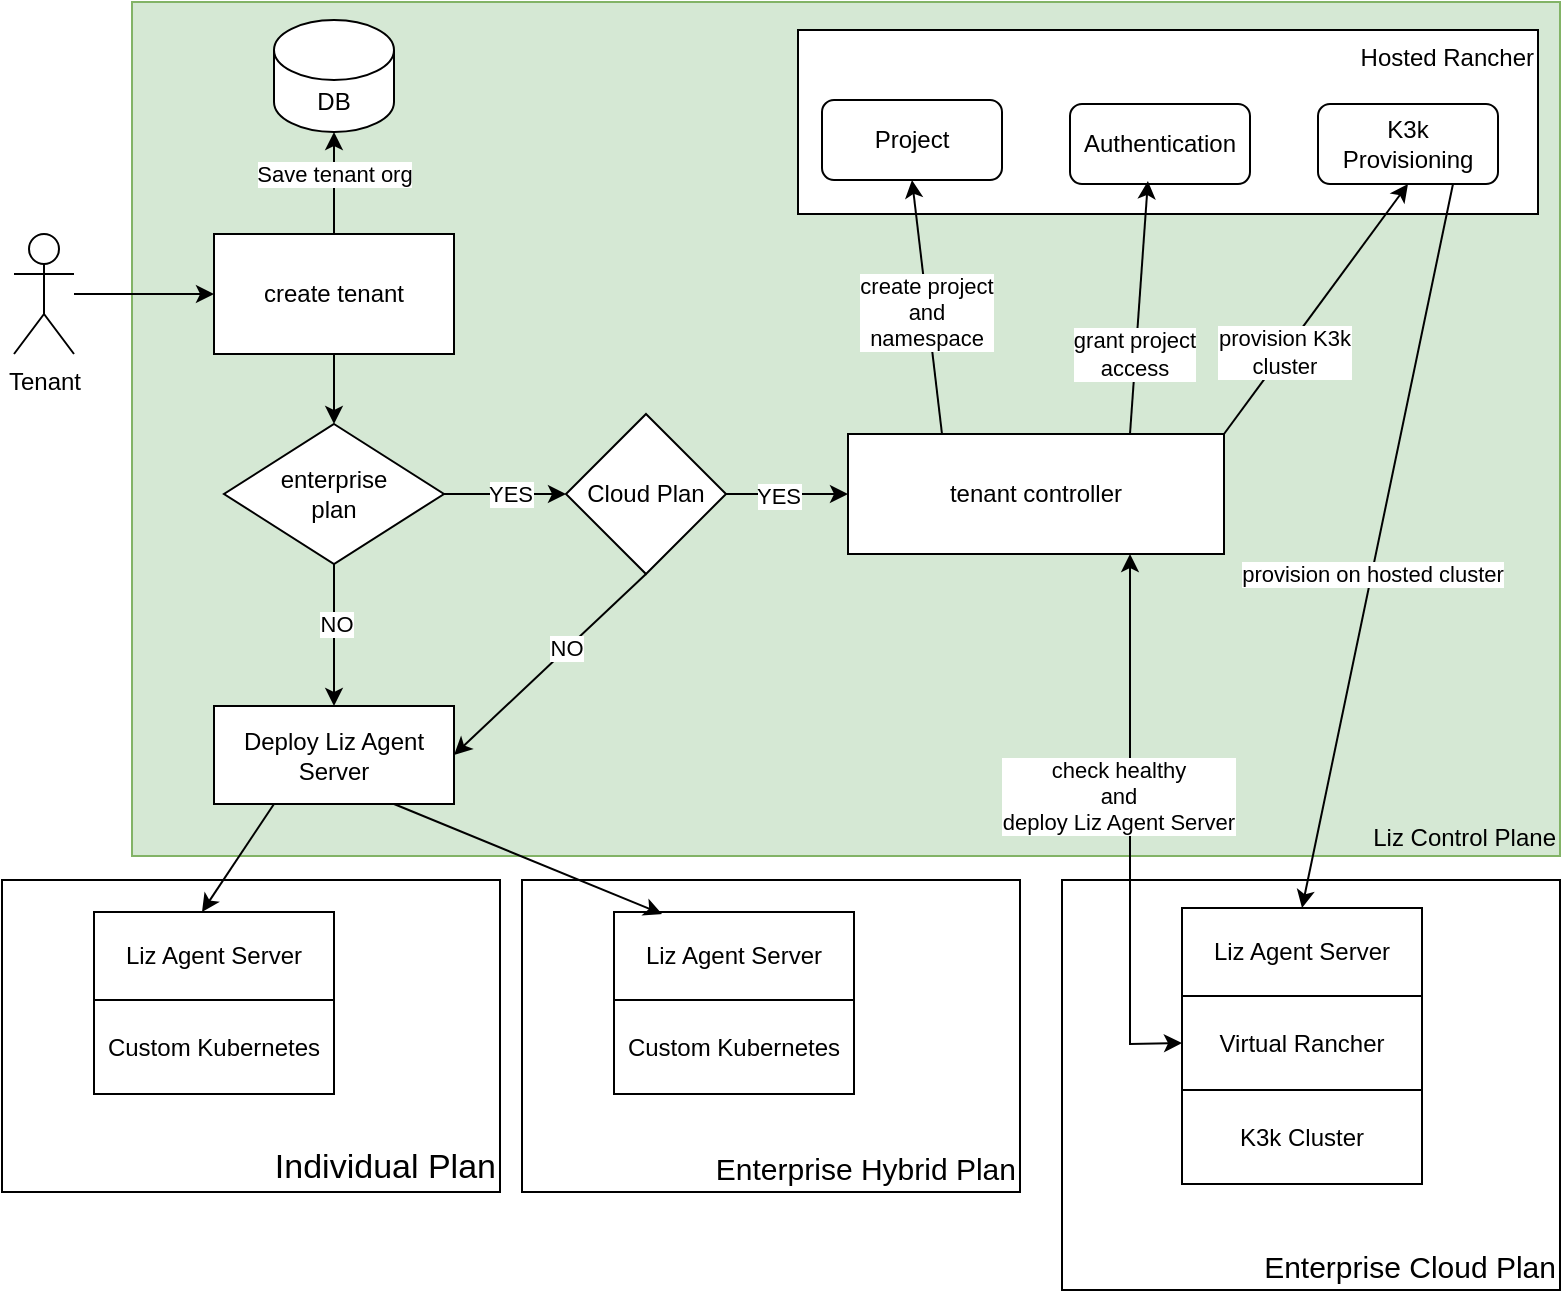
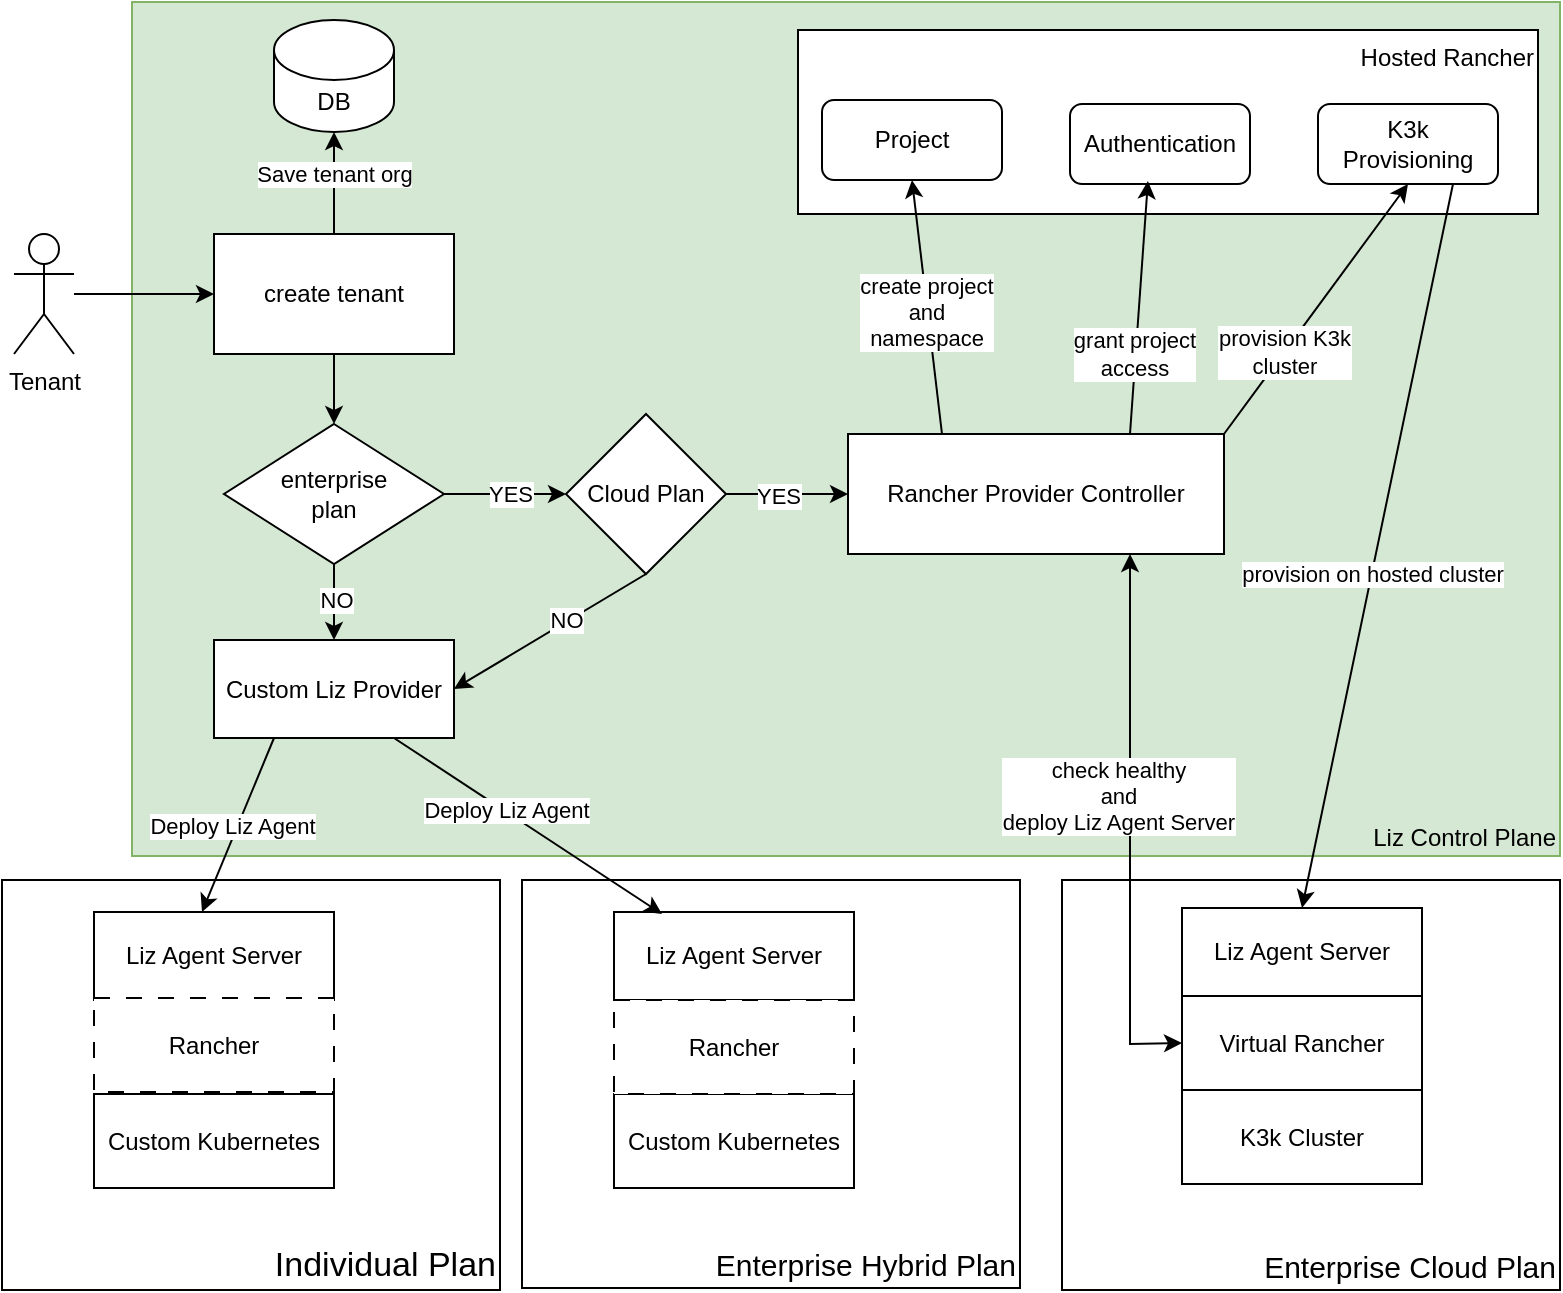
<mxfile host="app.diagrams.net">
  <diagram name="第 1 页" id="L-sD2WPmEqHrs-nHEADV">
    <mxGraphModel dx="1222" dy="745" grid="0" gridSize="10" guides="1" tooltips="1" connect="1" arrows="1" fold="1" page="1" pageScale="1" pageWidth="827" pageHeight="1169" math="0" shadow="0">
      <root>
        <mxCell id="0" />
        <mxCell id="1" parent="0" />
        <mxCell id="s9PzU-UQ4cBH2LS_8AfC-22" parent="1" style="rounded=0;whiteSpace=wrap;html=1;verticalAlign=bottom;align=right;fontSize=17;" value="Individual Plan" vertex="1">
-           <mxGeometry height="156" width="249" x="23" y="573" as="geometry" />
+           <mxGeometry height="205" width="249" x="23" y="573" as="geometry" />
        </mxCell>
        <mxCell id="s9PzU-UQ4cBH2LS_8AfC-20" parent="1" style="rounded=0;whiteSpace=wrap;html=1;verticalAlign=bottom;align=right;fontSize=15;" value="Enterprise Cloud Plan" vertex="1">
          <mxGeometry height="205" width="249" x="553" y="573" as="geometry" />
        </mxCell>
        <mxCell id="s9PzU-UQ4cBH2LS_8AfC-17" parent="1" style="rounded=0;whiteSpace=wrap;html=1;verticalAlign=bottom;align=right;labelBackgroundColor=none;labelBorderColor=none;fillColor=#d5e8d4;strokeColor=#82b366;" value="Liz Control Plane" vertex="1">
          <mxGeometry height="427" width="714" x="88" y="134" as="geometry" />
        </mxCell>
        <mxCell id="RmhtLynf-h64byK3Bh4Q-11" edge="1" parent="1" source="RmhtLynf-h64byK3Bh4Q-1" style="edgeStyle=orthogonalEdgeStyle;rounded=0;orthogonalLoop=1;jettySize=auto;html=1;" target="RmhtLynf-h64byK3Bh4Q-5" value="">
          <mxGeometry relative="1" as="geometry" />
        </mxCell>
        <mxCell id="RmhtLynf-h64byK3Bh4Q-1" parent="1" style="shape=umlActor;verticalLabelPosition=bottom;verticalAlign=top;html=1;outlineConnect=0;" value="Tenant" vertex="1">
          <mxGeometry height="60" width="30" x="29" y="250" as="geometry" />
        </mxCell>
        <mxCell id="RmhtLynf-h64byK3Bh4Q-21" edge="1" parent="1" source="RmhtLynf-h64byK3Bh4Q-5" style="edgeStyle=orthogonalEdgeStyle;rounded=0;orthogonalLoop=1;jettySize=auto;html=1;" target="RmhtLynf-h64byK3Bh4Q-20" value="">
          <mxGeometry relative="1" as="geometry" />
        </mxCell>
        <mxCell id="RmhtLynf-h64byK3Bh4Q-5" parent="1" style="rounded=0;whiteSpace=wrap;html=1;" value="create tenant" vertex="1">
          <mxGeometry height="60" width="120" x="129" y="250" as="geometry" />
        </mxCell>
        <mxCell id="RmhtLynf-h64byK3Bh4Q-6" parent="1" style="shape=cylinder3;whiteSpace=wrap;html=1;boundedLbl=1;backgroundOutline=1;size=15;" value="DB" vertex="1">
          <mxGeometry height="56" width="60" x="159" y="143" as="geometry" />
        </mxCell>
        <mxCell id="RmhtLynf-h64byK3Bh4Q-7" parent="1" style="rounded=0;whiteSpace=wrap;html=1;verticalAlign=top;align=right;" value="Hosted Rancher" vertex="1">
          <mxGeometry height="92" width="370" x="421" y="148" as="geometry" />
        </mxCell>
        <mxCell id="RmhtLynf-h64byK3Bh4Q-8" parent="1" style="rounded=1;whiteSpace=wrap;html=1;" value="Project" vertex="1">
          <mxGeometry height="40" width="90" x="433" y="183" as="geometry" />
        </mxCell>
        <mxCell id="RmhtLynf-h64byK3Bh4Q-9" parent="1" style="rounded=1;whiteSpace=wrap;html=1;" value="Authentication" vertex="1">
          <mxGeometry height="40" width="90" x="557" y="185" as="geometry" />
        </mxCell>
        <mxCell id="RmhtLynf-h64byK3Bh4Q-10" parent="1" style="rounded=1;whiteSpace=wrap;html=1;" value="K3k Provisioning" vertex="1">
          <mxGeometry height="40" width="90" x="681" y="185" as="geometry" />
        </mxCell>
        <mxCell id="RmhtLynf-h64byK3Bh4Q-12" edge="1" parent="1" source="RmhtLynf-h64byK3Bh4Q-5" style="endArrow=classic;html=1;rounded=0;exitX=0.5;exitY=0;exitDx=0;exitDy=0;entryX=0.5;entryY=1;entryDx=0;entryDy=0;entryPerimeter=0;" target="RmhtLynf-h64byK3Bh4Q-6" value="">
          <mxGeometry height="50" relative="1" width="50" as="geometry">
            <mxPoint x="229" y="230" as="sourcePoint" />
            <mxPoint x="189" y="160" as="targetPoint" />
          </mxGeometry>
        </mxCell>
        <mxCell id="RmhtLynf-h64byK3Bh4Q-13" connectable="0" parent="RmhtLynf-h64byK3Bh4Q-12" style="edgeLabel;html=1;align=center;verticalAlign=middle;resizable=0;points=[];" value="Save tenant org" vertex="1">
          <mxGeometry relative="1" x="-0.3448" as="geometry">
            <mxPoint y="-14" as="offset" />
          </mxGeometry>
        </mxCell>
        <mxCell id="RmhtLynf-h64byK3Bh4Q-28" edge="1" parent="1" source="RmhtLynf-h64byK3Bh4Q-20" style="edgeStyle=orthogonalEdgeStyle;rounded=0;orthogonalLoop=1;jettySize=auto;html=1;" target="RmhtLynf-h64byK3Bh4Q-27" value="">
          <mxGeometry relative="1" as="geometry" />
        </mxCell>
        <mxCell id="RmhtLynf-h64byK3Bh4Q-29" connectable="0" parent="RmhtLynf-h64byK3Bh4Q-28" style="edgeLabel;html=1;align=center;verticalAlign=middle;resizable=0;points=[];" value="NO" vertex="1">
          <mxGeometry relative="1" x="-0.1692" y="1" as="geometry">
            <mxPoint as="offset" />
          </mxGeometry>
        </mxCell>
        <mxCell id="s9PzU-UQ4cBH2LS_8AfC-27" edge="1" parent="1" source="RmhtLynf-h64byK3Bh4Q-20" style="edgeStyle=orthogonalEdgeStyle;rounded=0;orthogonalLoop=1;jettySize=auto;html=1;" target="s9PzU-UQ4cBH2LS_8AfC-26" value="">
          <mxGeometry relative="1" as="geometry" />
        </mxCell>
        <mxCell id="s9PzU-UQ4cBH2LS_8AfC-28" connectable="0" parent="s9PzU-UQ4cBH2LS_8AfC-27" style="edgeLabel;html=1;align=center;verticalAlign=middle;resizable=0;points=[];" value="YES" vertex="1">
          <mxGeometry relative="1" x="0.082" y="1" as="geometry">
            <mxPoint y="1" as="offset" />
          </mxGeometry>
        </mxCell>
        <mxCell id="RmhtLynf-h64byK3Bh4Q-20" parent="1" style="rhombus;whiteSpace=wrap;html=1;" value="enterprise&lt;div&gt;plan&lt;/div&gt;" vertex="1">
          <mxGeometry height="70" width="110" x="134" y="345" as="geometry" />
        </mxCell>
        <mxCell id="RmhtLynf-h64byK3Bh4Q-24" parent="1" style="rounded=0;whiteSpace=wrap;html=1;verticalAlign=middle;align=center;" value="Virtual Rancher" vertex="1">
          <mxGeometry height="47" width="120" x="613" y="631" as="geometry" />
        </mxCell>
-         <mxCell id="RmhtLynf-h64byK3Bh4Q-27" parent="1" style="rounded=0;whiteSpace=wrap;html=1;" value="Deploy Liz Agent Server" vertex="1">
-           <mxGeometry height="49" width="120" x="129" y="486" as="geometry" />
-         </mxCell>
-         <mxCell id="s9PzU-UQ4cBH2LS_8AfC-1" parent="1" style="rounded=0;whiteSpace=wrap;html=1;" value="tenant controller" vertex="1">
+         <mxCell id="RmhtLynf-h64byK3Bh4Q-27" parent="1" style="rounded=0;whiteSpace=wrap;html=1;" value="Custom Liz Provider" vertex="1">
+           <mxGeometry height="49" width="120" x="129" y="453" as="geometry" />
+         </mxCell>
+         <mxCell id="s9PzU-UQ4cBH2LS_8AfC-1" parent="1" style="rounded=0;whiteSpace=wrap;html=1;" value="Rancher Provider Controller" vertex="1">
          <mxGeometry height="60" width="188" x="446" y="350" as="geometry" />
        </mxCell>
        <mxCell id="s9PzU-UQ4cBH2LS_8AfC-4" edge="1" parent="1" source="s9PzU-UQ4cBH2LS_8AfC-1" style="endArrow=classic;html=1;rounded=0;exitX=0.25;exitY=0;exitDx=0;exitDy=0;entryX=0.5;entryY=1;entryDx=0;entryDy=0;" target="RmhtLynf-h64byK3Bh4Q-8" value="">
          <mxGeometry height="50" relative="1" width="50" as="geometry">
            <mxPoint x="343" y="334" as="sourcePoint" />
            <mxPoint x="393" y="284" as="targetPoint" />
          </mxGeometry>
        </mxCell>
        <mxCell id="s9PzU-UQ4cBH2LS_8AfC-5" connectable="0" parent="s9PzU-UQ4cBH2LS_8AfC-4" style="edgeLabel;html=1;align=center;verticalAlign=middle;resizable=0;points=[];" value="create project&lt;div&gt;and&lt;/div&gt;&lt;div&gt;namespace&lt;/div&gt;" vertex="1">
          <mxGeometry relative="1" x="-0.0292" y="1" as="geometry">
            <mxPoint as="offset" />
          </mxGeometry>
        </mxCell>
        <mxCell id="s9PzU-UQ4cBH2LS_8AfC-6" edge="1" parent="1" source="s9PzU-UQ4cBH2LS_8AfC-1" style="endArrow=classic;html=1;rounded=0;exitX=0.75;exitY=0;exitDx=0;exitDy=0;entryX=0.433;entryY=0.963;entryDx=0;entryDy=0;entryPerimeter=0;" target="RmhtLynf-h64byK3Bh4Q-9" value="">
          <mxGeometry height="50" relative="1" width="50" as="geometry">
            <mxPoint x="444" y="339" as="sourcePoint" />
            <mxPoint x="494" y="289" as="targetPoint" />
          </mxGeometry>
        </mxCell>
        <mxCell id="s9PzU-UQ4cBH2LS_8AfC-7" connectable="0" parent="s9PzU-UQ4cBH2LS_8AfC-6" style="edgeLabel;html=1;align=center;verticalAlign=middle;resizable=0;points=[];" value="grant project&lt;div&gt;access&lt;/div&gt;" vertex="1">
          <mxGeometry relative="1" x="-0.3697" y="1" as="geometry">
            <mxPoint as="offset" />
          </mxGeometry>
        </mxCell>
        <mxCell id="s9PzU-UQ4cBH2LS_8AfC-8" edge="1" parent="1" source="s9PzU-UQ4cBH2LS_8AfC-1" style="endArrow=classic;html=1;rounded=0;exitX=1;exitY=0;exitDx=0;exitDy=0;entryX=0.5;entryY=1;entryDx=0;entryDy=0;" target="RmhtLynf-h64byK3Bh4Q-10" value="">
          <mxGeometry height="50" relative="1" width="50" as="geometry">
            <mxPoint x="524" y="364" as="sourcePoint" />
            <mxPoint x="574" y="314" as="targetPoint" />
          </mxGeometry>
        </mxCell>
        <mxCell id="s9PzU-UQ4cBH2LS_8AfC-9" connectable="0" parent="s9PzU-UQ4cBH2LS_8AfC-8" style="edgeLabel;html=1;align=center;verticalAlign=middle;resizable=0;points=[];" value="provision K3k&lt;div&gt;cluster&lt;/div&gt;" vertex="1">
          <mxGeometry relative="1" x="-0.3336" y="1" as="geometry">
            <mxPoint y="1" as="offset" />
          </mxGeometry>
        </mxCell>
        <mxCell id="s9PzU-UQ4cBH2LS_8AfC-10" parent="1" style="rounded=0;whiteSpace=wrap;html=1;" value="Liz Agent Server" vertex="1">
          <mxGeometry height="44" width="120" x="613" y="587" as="geometry" />
        </mxCell>
        <mxCell id="s9PzU-UQ4cBH2LS_8AfC-11" edge="1" parent="1" source="RmhtLynf-h64byK3Bh4Q-10" style="endArrow=classic;html=1;rounded=0;exitX=0.75;exitY=1;exitDx=0;exitDy=0;entryX=0.5;entryY=0;entryDx=0;entryDy=0;" target="s9PzU-UQ4cBH2LS_8AfC-10" value="">
          <mxGeometry height="50" relative="1" width="50" as="geometry">
            <mxPoint x="748" y="334" as="sourcePoint" />
            <mxPoint x="798" y="284" as="targetPoint" />
          </mxGeometry>
        </mxCell>
        <mxCell id="s9PzU-UQ4cBH2LS_8AfC-12" connectable="0" parent="s9PzU-UQ4cBH2LS_8AfC-11" style="edgeLabel;html=1;align=center;verticalAlign=middle;resizable=0;points=[];" value="provision on hosted cluster" vertex="1">
          <mxGeometry relative="1" x="0.0723" as="geometry">
            <mxPoint as="offset" />
          </mxGeometry>
        </mxCell>
        <mxCell id="s9PzU-UQ4cBH2LS_8AfC-13" edge="1" parent="1" source="s9PzU-UQ4cBH2LS_8AfC-1" style="endArrow=classic;startArrow=classic;html=1;rounded=0;exitX=0.75;exitY=1;exitDx=0;exitDy=0;entryX=0;entryY=0.5;entryDx=0;entryDy=0;" target="RmhtLynf-h64byK3Bh4Q-24" value="">
          <mxGeometry height="50" relative="1" width="50" as="geometry">
            <Array as="points">
              <mxPoint x="587" y="655" />
            </Array>
            <mxPoint x="539" y="484" as="sourcePoint" />
            <mxPoint x="666" y="420.5" as="targetPoint" />
          </mxGeometry>
        </mxCell>
        <mxCell id="s9PzU-UQ4cBH2LS_8AfC-14" connectable="0" parent="s9PzU-UQ4cBH2LS_8AfC-13" style="edgeLabel;html=1;align=center;verticalAlign=middle;resizable=0;points=[];" value="check&amp;nbsp;&lt;span style=&quot;background-color: light-dark(#ffffff, var(--ge-dark-color, #121212)); color: light-dark(rgb(0, 0, 0), rgb(255, 255, 255));&quot;&gt;healthy&lt;/span&gt;&lt;div&gt;&lt;span style=&quot;background-color: light-dark(#ffffff, var(--ge-dark-color, #121212)); color: light-dark(rgb(0, 0, 0), rgb(255, 255, 255));&quot;&gt;and&lt;/span&gt;&lt;/div&gt;&lt;div&gt;&lt;span style=&quot;background-color: light-dark(#ffffff, var(--ge-dark-color, #121212)); color: light-dark(rgb(0, 0, 0), rgb(255, 255, 255));&quot;&gt;deploy Liz Agent Server&lt;/span&gt;&lt;/div&gt;" vertex="1">
          <mxGeometry relative="1" x="-0.3333" as="geometry">
            <mxPoint x="-6" y="30" as="offset" />
          </mxGeometry>
        </mxCell>
        <mxCell id="s9PzU-UQ4cBH2LS_8AfC-18" parent="1" style="rounded=0;whiteSpace=wrap;html=1;verticalAlign=middle;align=center;" value="K3k Cluster" vertex="1">
          <mxGeometry height="47" width="120" x="613" y="678" as="geometry" />
        </mxCell>
        <mxCell id="s9PzU-UQ4cBH2LS_8AfC-19" parent="1" style="rounded=0;whiteSpace=wrap;html=1;" value="Liz Agent Server" vertex="1">
          <mxGeometry height="44" width="120" x="69" y="589" as="geometry" />
        </mxCell>
        <mxCell id="s9PzU-UQ4cBH2LS_8AfC-21" parent="1" style="rounded=0;whiteSpace=wrap;html=1;verticalAlign=middle;align=center;" value="Custom Kubernetes" vertex="1">
-           <mxGeometry height="47" width="120" x="69" y="633" as="geometry" />
+           <mxGeometry height="47" width="120" x="69" y="680" as="geometry" />
        </mxCell>
        <mxCell id="s9PzU-UQ4cBH2LS_8AfC-23" parent="1" style="rounded=0;whiteSpace=wrap;html=1;verticalAlign=bottom;align=right;fontSize=15;" value="Enterprise Hybrid Plan" vertex="1">
-           <mxGeometry height="156" width="249" x="283" y="573" as="geometry" />
+           <mxGeometry height="204" width="249" x="283" y="573" as="geometry" />
        </mxCell>
        <mxCell id="s9PzU-UQ4cBH2LS_8AfC-24" parent="1" style="rounded=0;whiteSpace=wrap;html=1;" value="Liz Agent Server" vertex="1">
          <mxGeometry height="44" width="120" x="329" y="589" as="geometry" />
        </mxCell>
        <mxCell id="s9PzU-UQ4cBH2LS_8AfC-25" parent="1" style="rounded=0;whiteSpace=wrap;html=1;verticalAlign=middle;align=center;" value="Custom Kubernetes" vertex="1">
-           <mxGeometry height="47" width="120" x="329" y="633" as="geometry" />
+           <mxGeometry height="47" width="120" x="329" y="680" as="geometry" />
        </mxCell>
        <mxCell id="s9PzU-UQ4cBH2LS_8AfC-29" edge="1" parent="1" source="s9PzU-UQ4cBH2LS_8AfC-26" style="edgeStyle=orthogonalEdgeStyle;rounded=0;orthogonalLoop=1;jettySize=auto;html=1;" target="s9PzU-UQ4cBH2LS_8AfC-1" value="">
          <mxGeometry relative="1" as="geometry" />
        </mxCell>
        <mxCell id="s9PzU-UQ4cBH2LS_8AfC-31" connectable="0" parent="s9PzU-UQ4cBH2LS_8AfC-29" style="edgeLabel;html=1;align=center;verticalAlign=middle;resizable=0;points=[];" value="YES" vertex="1">
          <mxGeometry relative="1" x="-0.1475" as="geometry">
            <mxPoint y="1" as="offset" />
          </mxGeometry>
        </mxCell>
        <mxCell id="s9PzU-UQ4cBH2LS_8AfC-26" parent="1" style="rhombus;whiteSpace=wrap;html=1;" value="Cloud Plan" vertex="1">
          <mxGeometry height="80" width="80" x="305" y="340" as="geometry" />
        </mxCell>
        <mxCell id="s9PzU-UQ4cBH2LS_8AfC-30" edge="1" parent="1" source="s9PzU-UQ4cBH2LS_8AfC-26" style="endArrow=classic;html=1;rounded=0;exitX=0.5;exitY=1;exitDx=0;exitDy=0;entryX=1;entryY=0.5;entryDx=0;entryDy=0;" target="RmhtLynf-h64byK3Bh4Q-27" value="">
          <mxGeometry height="50" relative="1" width="50" as="geometry">
            <mxPoint x="378" y="505" as="sourcePoint" />
            <mxPoint x="428" y="455" as="targetPoint" />
          </mxGeometry>
        </mxCell>
        <mxCell id="s9PzU-UQ4cBH2LS_8AfC-32" connectable="0" parent="s9PzU-UQ4cBH2LS_8AfC-30" style="edgeLabel;html=1;align=center;verticalAlign=middle;resizable=0;points=[];" value="NO" vertex="1">
          <mxGeometry relative="1" x="-0.1807" y="-1" as="geometry">
            <mxPoint as="offset" />
          </mxGeometry>
        </mxCell>
        <mxCell id="s9PzU-UQ4cBH2LS_8AfC-33" edge="1" parent="1" source="RmhtLynf-h64byK3Bh4Q-27" style="endArrow=classic;html=1;rounded=0;exitX=0.75;exitY=1;exitDx=0;exitDy=0;entryX=0.2;entryY=0.023;entryDx=0;entryDy=0;entryPerimeter=0;" target="s9PzU-UQ4cBH2LS_8AfC-24" value="">
          <mxGeometry height="50" relative="1" width="50" as="geometry">
            <mxPoint x="284" y="557" as="sourcePoint" />
            <mxPoint x="334" y="507" as="targetPoint" />
          </mxGeometry>
        </mxCell>
+         <mxCell id="s9PzU-UQ4cBH2LS_8AfC-36" connectable="0" parent="s9PzU-UQ4cBH2LS_8AfC-33" style="edgeLabel;html=1;align=center;verticalAlign=middle;resizable=0;points=[];" value="Deploy Liz Agent" vertex="1">
+           <mxGeometry relative="1" x="-0.1834" y="1" as="geometry">
+             <mxPoint y="1" as="offset" />
+           </mxGeometry>
+         </mxCell>
        <mxCell id="s9PzU-UQ4cBH2LS_8AfC-34" edge="1" parent="1" source="RmhtLynf-h64byK3Bh4Q-27" style="endArrow=classic;html=1;rounded=0;exitX=0.25;exitY=1;exitDx=0;exitDy=0;entryX=0.45;entryY=0;entryDx=0;entryDy=0;entryPerimeter=0;" target="s9PzU-UQ4cBH2LS_8AfC-19" value="">
          <mxGeometry height="50" relative="1" width="50" as="geometry">
            <mxPoint x="319" y="530" as="sourcePoint" />
            <mxPoint x="369" y="480" as="targetPoint" />
          </mxGeometry>
+         </mxCell>
+         <mxCell id="s9PzU-UQ4cBH2LS_8AfC-35" connectable="0" parent="s9PzU-UQ4cBH2LS_8AfC-34" style="edgeLabel;html=1;align=center;verticalAlign=middle;resizable=0;points=[];" value="Deploy Liz Agent" vertex="1">
+           <mxGeometry relative="1" x="0.0521" y="-3" as="geometry">
+             <mxPoint y="-1" as="offset" />
+           </mxGeometry>
+         </mxCell>
+         <mxCell id="s9PzU-UQ4cBH2LS_8AfC-37" parent="1" style="rounded=0;whiteSpace=wrap;html=1;verticalAlign=middle;align=center;dashed=1;dashPattern=8 8;" value="Rancher" vertex="1">
+           <mxGeometry height="47" width="120" x="329" y="633" as="geometry" />
+         </mxCell>
+         <mxCell id="s9PzU-UQ4cBH2LS_8AfC-38" parent="1" style="rounded=0;whiteSpace=wrap;html=1;verticalAlign=middle;align=center;dashed=1;dashPattern=8 8;" value="Rancher" vertex="1">
+           <mxGeometry height="47" width="120" x="69" y="632" as="geometry" />
        </mxCell>
      </root>
    </mxGraphModel>
  </diagram>
</mxfile>
